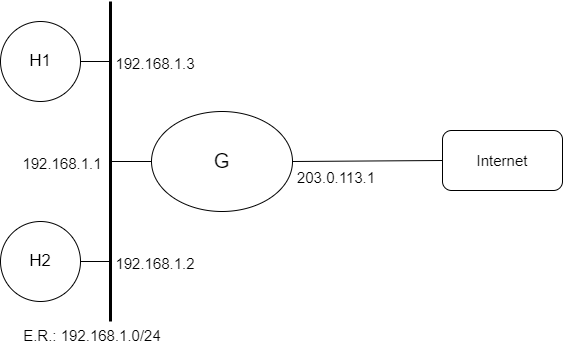
Above: docs/img/topologia_experimento6.png in markinlimac/monografia-redes (draw.io), before the change. Source tidied: cells renumbered, new cells last; positions are measured from the earlier drawing's top-left corner, leaving out a move shared by most shapes.
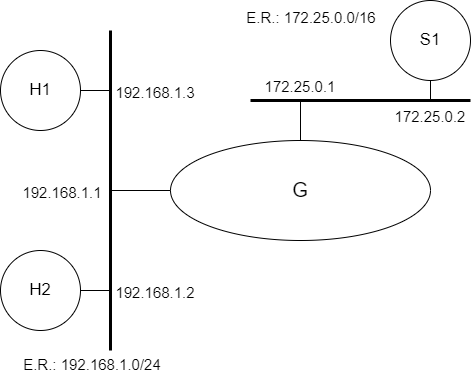
Later version of the same file.

Change to the diagram source:
```diff
@@ -2,41 +2,64 @@
   <root>
     <mxCell id="0" />
     <mxCell id="1" parent="0" />
-    <mxCell id="2" style="endArrow=none;html=1;rounded=0;strokeWidth=3;" parent="1" edge="1">
-      <mxGeometry relative="1" as="geometry">
-        <mxPoint x="110" y="320" as="sourcePoint" />
-        <mxPoint x="110" as="targetPoint" />
-      </mxGeometry>
-    </mxCell>
+    <mxCell id="16" style="endArrow=none;html=1;rounded=0;strokeWidth=3;" parent="1" edge="1">
+      <mxGeometry relative="1" as="geometry">
+        <mxPoint x="110" y="320" as="sourcePoint" />
+        <mxPoint x="110" as="targetPoint" />
+      </mxGeometry>
+    </mxCell>
     <mxCell id="3" value="&lt;font style=&quot;font-size: 17px;&quot;&gt;H1&lt;/font&gt;" style="ellipse;whiteSpace=wrap;html=1;" parent="1" vertex="1">
       <mxGeometry y="20" width="80" height="80" as="geometry" />
     </mxCell>
-    <mxCell id="4" style="endArrow=none;html=1;rounded=0;strokeWidth=1;" parent="1" edge="1">
-      <mxGeometry relative="1" as="geometry">
-        <mxPoint x="80" y="60" as="sourcePoint" />
-        <mxPoint x="110" y="60" as="targetPoint" />
-      </mxGeometry>
-    </mxCell>
+    <mxCell id="17" style="endArrow=none;html=1;rounded=0;strokeWidth=1;" parent="1" edge="1">
+      <mxGeometry relative="1" as="geometry">
+        <mxPoint x="80" y="60" as="sourcePoint" />
+        <mxPoint x="110" y="60" as="targetPoint" />
+      </mxGeometry>
+    </mxCell>
     <mxCell id="5" value="&lt;font style=&quot;font-size: 17px;&quot;&gt;H2&lt;/font&gt;" style="ellipse;whiteSpace=wrap;html=1;" parent="1" vertex="1">
       <mxGeometry y="220" width="80" height="80" as="geometry" />
     </mxCell>
-    <mxCell id="6" style="endArrow=none;html=1;rounded=0;strokeWidth=1;" parent="1" edge="1">
-      <mxGeometry relative="1" as="geometry">
-        <mxPoint x="80" y="260" as="sourcePoint" />
-        <mxPoint x="110" y="260" as="targetPoint" />
-      </mxGeometry>
-    </mxCell>
+    <mxCell id="18" style="endArrow=none;html=1;rounded=0;strokeWidth=1;" parent="1" edge="1">
+      <mxGeometry relative="1" as="geometry">
+        <mxPoint x="80" y="260" as="sourcePoint" />
+        <mxPoint x="110" y="260" as="targetPoint" />
+      </mxGeometry>
+    </mxCell>
     <mxCell id="7" value="&lt;font style=&quot;font-size: 20px;&quot;&gt;G&lt;/font&gt;" style="ellipse;whiteSpace=wrap;html=1;fontSize=17;" parent="1" vertex="1">
-      <mxGeometry x="151" y="110" width="141" height="100" as="geometry" />
+      <mxGeometry x="170" y="110" width="260" height="100" as="geometry" />
     </mxCell>
-    <mxCell id="8" style="endArrow=none;html=1;rounded=0;fontSize=17;strokeWidth=1;entryX=0;entryY=0.5;entryDx=0;entryDy=0;" parent="1" edge="1" target="7">
-      <mxGeometry relative="1" as="geometry">
-        <mxPoint x="110" y="160" as="sourcePoint" />
-      </mxGeometry>
-    </mxCell>
-    <mxCell id="9" style="endArrow=none;html=1;rounded=0;fontSize=20;strokeWidth=1;exitX=1;exitY=0.5;exitDx=0;exitDy=0;entryX=0;entryY=0.5;entryDx=0;entryDy=0;" parent="1" edge="1" source="7" target="14">
-      <mxGeometry relative="1" as="geometry" />
-    </mxCell>
+    <mxCell id="19" style="endArrow=none;html=1;rounded=0;fontSize=17;strokeWidth=1;entryX=0;entryY=0.5;entryDx=0;entryDy=0;" parent="1" edge="1" target="7">
+      <mxGeometry relative="1" as="geometry">
+        <mxPoint x="110" y="160" as="sourcePoint" />
+      </mxGeometry>
+    </mxCell>
+    <mxCell id="20" style="endArrow=none;html=1;rounded=0;fontSize=20;strokeWidth=1;entryX=0.5;entryY=0;entryDx=0;entryDy=0;" parent="1" edge="1" target="7">
+      <mxGeometry relative="1" as="geometry">
+        <mxPoint x="300" y="70" as="sourcePoint" />
+      </mxGeometry>
+    </mxCell>
+    <mxCell id="21" style="endArrow=none;html=1;rounded=0;strokeWidth=3;" parent="1" edge="1">
+      <mxGeometry relative="1" as="geometry">
+        <mxPoint x="250" y="70" as="sourcePoint" />
+        <mxPoint x="470" y="70" as="targetPoint" />
+      </mxGeometry>
+    </mxCell>
+    <mxCell id="22" value="&lt;font style=&quot;font-size: 17px;&quot;&gt;S1&lt;/font&gt;" style="ellipse;whiteSpace=wrap;html=1;" parent="1" vertex="1">
+      <mxGeometry x="390" y="-30" width="80" height="80" as="geometry" />
+    </mxCell>
+    <mxCell id="23" style="endArrow=none;html=1;rounded=0;strokeWidth=1;" parent="1" edge="1">
+      <mxGeometry relative="1" as="geometry">
+        <mxPoint x="430" y="50" as="sourcePoint" />
+        <mxPoint x="430" y="70" as="targetPoint" />
+      </mxGeometry>
+    </mxCell>
+    <mxCell id="24" value="&lt;font style=&quot;font-size: 15px;&quot;&gt;172.25.0.1&lt;br&gt;&lt;/font&gt;" style="text;html=1;strokeColor=none;fillColor=none;align=center;verticalAlign=middle;whiteSpace=wrap;rounded=0;fontSize=20;" parent="1" vertex="1">
+      <mxGeometry x="270" y="39" width="60" height="30" as="geometry" />
+    </mxCell>
+    <mxCell id="25" value="&lt;font style=&quot;font-size: 15px;&quot;&gt;172.25.0.2&lt;br&gt;&lt;/font&gt;" style="text;html=1;strokeColor=none;fillColor=none;align=center;verticalAlign=middle;whiteSpace=wrap;rounded=0;fontSize=20;" parent="1" vertex="1">
+      <mxGeometry x="400" y="69" width="60" height="30" as="geometry" />
+    </mxCell>
     <mxCell id="10" value="&lt;font style=&quot;font-size: 15px;&quot;&gt;192.168.1.3&lt;br&gt;&lt;/font&gt;" style="text;html=1;strokeColor=none;fillColor=none;align=center;verticalAlign=middle;whiteSpace=wrap;rounded=0;fontSize=20;" parent="1" vertex="1">
       <mxGeometry x="115" y="45" width="80" height="30" as="geometry" />
     </mxCell>
@@ -46,14 +69,11 @@
     <mxCell id="12" value="&lt;font style=&quot;font-size: 15px;&quot;&gt;192.168.1.1&lt;br&gt;&lt;/font&gt;" style="text;html=1;strokeColor=none;fillColor=none;align=center;verticalAlign=middle;whiteSpace=wrap;rounded=0;fontSize=20;" parent="1" vertex="1">
       <mxGeometry x="22" y="145" width="80" height="30" as="geometry" />
     </mxCell>
+    <mxCell id="26" value="&lt;font style=&quot;font-size: 15px;&quot;&gt;E.R.: 172.25.0.0/16&lt;br&gt;&lt;/font&gt;" style="text;html=1;strokeColor=none;fillColor=none;align=center;verticalAlign=middle;whiteSpace=wrap;rounded=0;fontSize=20;" parent="1" vertex="1">
+      <mxGeometry x="241" y="-30" width="140" height="30" as="geometry" />
+    </mxCell>
     <mxCell id="13" value="&lt;font style=&quot;font-size: 15px;&quot;&gt;E.R.: 192.168.1.0/24&lt;br&gt;&lt;/font&gt;" style="text;html=1;strokeColor=none;fillColor=none;align=center;verticalAlign=middle;whiteSpace=wrap;rounded=0;fontSize=20;" parent="1" vertex="1">
       <mxGeometry x="22" y="317" width="140" height="30" as="geometry" />
     </mxCell>
-    <mxCell id="14" value="&lt;font style=&quot;font-size: 15px;&quot;&gt;Internet&lt;/font&gt;" style="rounded=1;whiteSpace=wrap;html=1;" parent="1" vertex="1">
-      <mxGeometry x="442" y="129" width="120" height="60" as="geometry" />
-    </mxCell>
-    <mxCell id="15" value="&lt;font style=&quot;font-size: 15px;&quot;&gt;203.0.113.1&lt;br&gt;&lt;/font&gt;" style="text;html=1;strokeColor=none;fillColor=none;align=center;verticalAlign=middle;whiteSpace=wrap;rounded=0;fontSize=20;" parent="1" vertex="1">
-      <mxGeometry x="296" y="159" width="80" height="30" as="geometry" />
-    </mxCell>
   </root>
 </mxGraphModel>
```
